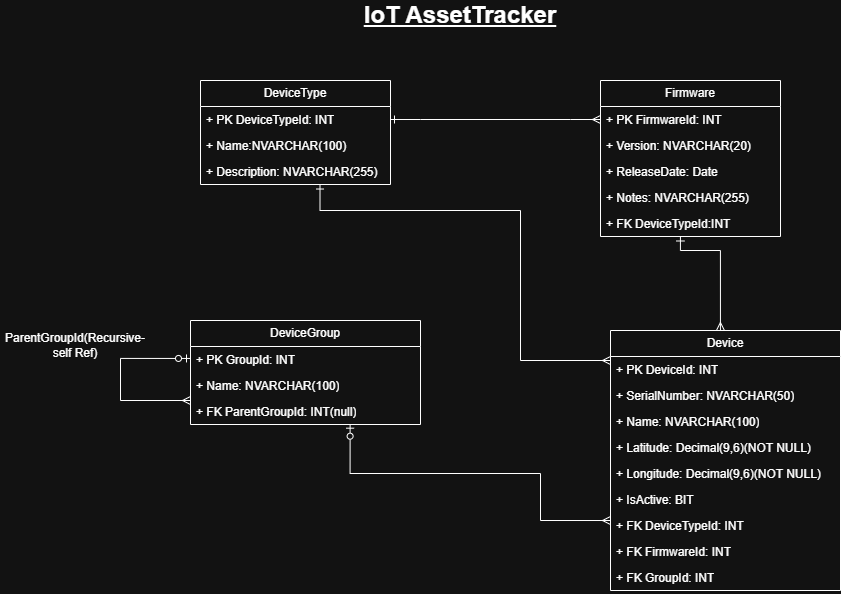
This is database/IoTAssetTrack_DigiMatter.png from AustinAManyoka/DigiMatterIoTAssetTrack-Monitoring, a draw.io export, as it was before one commit. Source tidied: cells renumbered, new cells last; positions are measured from the earlier drawing's top-left corner, leaving out a move shared by most shapes.
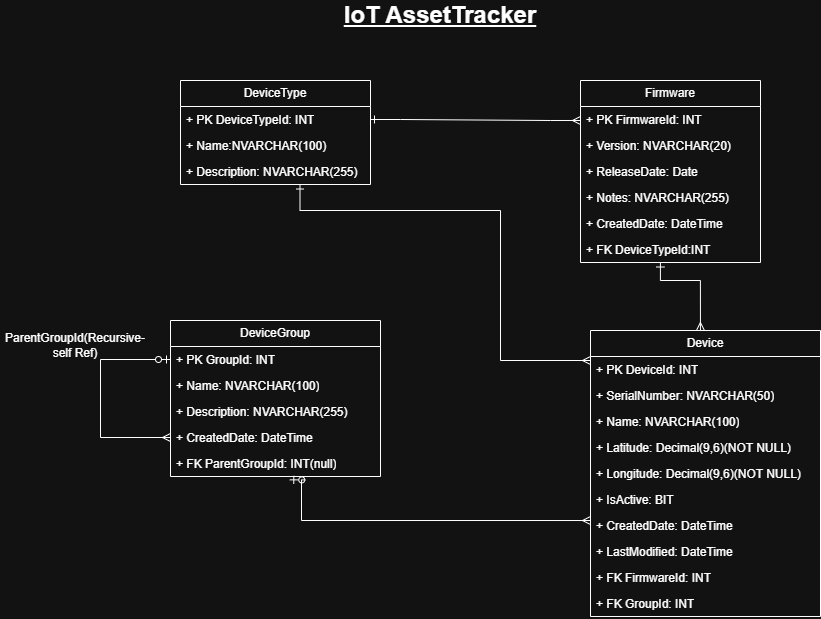
Later version of the same file.

Commit message:
added database script and data,schema updated

Change to the diagram source:
```diff
@@ -18,7 +18,7 @@
       <mxGeometry y="78" width="190" height="26" as="geometry" />
     </mxCell>
     <mxCell id="7" value="Firmware" style="swimlane;fontStyle=0;horizontal=1;startSize=26;fillColor=none;whiteSpace=wrap;html=1;" parent="1" vertex="1">
-      <mxGeometry x="600" y="80" width="180" height="156" as="geometry" />
+      <mxGeometry x="600" y="80" width="180" height="182" as="geometry" />
     </mxCell>
     <mxCell id="8" value="+ PK FirmwareId: INT" style="text;strokeColor=none;fillColor=none;align=left;verticalAlign=top;spacingLeft=4;spacingRight=4;overflow=hidden;points=[[0,0.5],[1,0.5]];portConstraint=eastwest;whiteSpace=wrap;html=1;" parent="7" vertex="1">
       <mxGeometry y="26" width="180" height="26" as="geometry" />
@@ -32,11 +32,14 @@
     <mxCell id="11" value="+ Notes: NVARCHAR(255)" style="text;strokeColor=none;fillColor=none;align=left;verticalAlign=top;spacingLeft=4;spacingRight=4;overflow=hidden;whiteSpace=wrap;html=1;" parent="7" vertex="1">
       <mxGeometry y="104" width="180" height="26" as="geometry" />
     </mxCell>
+    <mxCell id="33" value="+ CreatedDate: DateTime" style="text;strokeColor=none;fillColor=none;align=left;verticalAlign=top;spacingLeft=4;spacingRight=4;overflow=hidden;whiteSpace=wrap;html=1;" parent="7" vertex="1">
+      <mxGeometry y="130" width="180" height="26" as="geometry" />
+    </mxCell>
     <mxCell id="12" value="+ FK DeviceTypeId:INT&amp;nbsp;" style="text;strokeColor=none;fillColor=none;align=left;verticalAlign=top;spacingLeft=4;spacingRight=4;overflow=hidden;points=[[0,0.5],[1,0.5]];portConstraint=eastwest;whiteSpace=wrap;html=1;" parent="7" vertex="1">
-      <mxGeometry y="130" width="180" height="26" as="geometry" />
+      <mxGeometry y="156" width="180" height="26" as="geometry" />
     </mxCell>
     <mxCell id="13" value="Device" style="swimlane;fontStyle=0;horizontal=1;startSize=26;fillColor=none;whiteSpace=wrap;html=1;" parent="1" vertex="1">
-      <mxGeometry x="610" y="330" width="230" height="260" as="geometry" />
+      <mxGeometry x="610" y="330" width="230" height="286" as="geometry" />
     </mxCell>
     <mxCell id="14" value="+ PK DeviceId: INT" style="text;strokeColor=none;fillColor=none;align=left;verticalAlign=top;spacingLeft=4;spacingRight=4;overflow=hidden;points=[[0,0.5],[1,0.5]];portConstraint=eastwest;whiteSpace=wrap;html=1;" parent="13" vertex="1">
       <mxGeometry y="26" width="230" height="26" as="geometry" />
@@ -56,35 +59,44 @@
     <mxCell id="19" value="+ IsActive: BIT" style="text;strokeColor=none;fillColor=none;align=left;verticalAlign=top;spacingLeft=4;spacingRight=4;overflow=hidden;whiteSpace=wrap;html=1;" parent="13" vertex="1">
       <mxGeometry y="156" width="230" height="26" as="geometry" />
     </mxCell>
-    <mxCell id="20" value="+ FK DeviceTypeId: INT" style="text;strokeColor=none;fillColor=none;align=left;verticalAlign=top;spacingLeft=4;spacingRight=4;overflow=hidden;points=[[0,0.5],[1,0.5]];portConstraint=eastwest;whiteSpace=wrap;html=1;" parent="13" vertex="1">
+    <mxCell id="20" value="+ CreatedDate: DateTime" style="text;strokeColor=none;fillColor=none;align=left;verticalAlign=top;spacingLeft=4;spacingRight=4;overflow=hidden;points=[[0,0.5],[1,0.5]];portConstraint=eastwest;whiteSpace=wrap;html=1;" parent="13" vertex="1">
       <mxGeometry y="182" width="230" height="26" as="geometry" />
     </mxCell>
+    <mxCell id="34" value="+ LastModified: DateTime" style="text;strokeColor=none;fillColor=none;align=left;verticalAlign=top;spacingLeft=4;spacingRight=4;overflow=hidden;whiteSpace=wrap;html=1;" parent="13" vertex="1">
+      <mxGeometry y="208" width="230" height="26" as="geometry" />
+    </mxCell>
     <mxCell id="21" value="+ FK FirmwareId: INT" style="text;strokeColor=none;fillColor=none;align=left;verticalAlign=top;spacingLeft=4;spacingRight=4;overflow=hidden;whiteSpace=wrap;html=1;" parent="13" vertex="1">
-      <mxGeometry y="208" width="230" height="26" as="geometry" />
+      <mxGeometry y="234" width="230" height="26" as="geometry" />
     </mxCell>
     <mxCell id="22" value="+ FK GroupId: INT" style="text;strokeColor=none;fillColor=none;align=left;verticalAlign=top;spacingLeft=4;spacingRight=4;overflow=hidden;whiteSpace=wrap;html=1;" parent="13" vertex="1">
-      <mxGeometry y="234" width="230" height="26" as="geometry" />
+      <mxGeometry y="260" width="230" height="26" as="geometry" />
     </mxCell>
     <mxCell id="23" value="DeviceGroup" style="swimlane;fontStyle=0;horizontal=1;startSize=26;fillColor=none;whiteSpace=wrap;html=1;" parent="1" vertex="1">
-      <mxGeometry x="190" y="320" width="230" height="104" as="geometry" />
+      <mxGeometry x="190" y="320" width="210" height="156" as="geometry" />
     </mxCell>
     <mxCell id="24" value="+ PK GroupId: INT" style="text;strokeColor=none;fillColor=none;align=left;verticalAlign=top;spacingLeft=4;spacingRight=4;overflow=hidden;whiteSpace=wrap;html=1;" parent="23" vertex="1">
-      <mxGeometry y="26" width="230" height="26" as="geometry" />
+      <mxGeometry y="26" width="210" height="26" as="geometry" />
     </mxCell>
     <mxCell id="25" value="+ Name: NVARCHAR(100)" style="text;strokeColor=none;fillColor=none;align=left;verticalAlign=top;spacingLeft=4;spacingRight=4;overflow=hidden;whiteSpace=wrap;html=1;" parent="23" vertex="1">
-      <mxGeometry y="52" width="230" height="26" as="geometry" />
+      <mxGeometry y="52" width="210" height="26" as="geometry" />
     </mxCell>
+    <mxCell id="35" value="+ Description: NVARCHAR(255)" style="text;strokeColor=none;fillColor=none;align=left;verticalAlign=top;spacingLeft=4;spacingRight=4;overflow=hidden;whiteSpace=wrap;html=1;" parent="23" vertex="1">
+      <mxGeometry y="78" width="210" height="26" as="geometry" />
+    </mxCell>
+    <mxCell id="36" value="+ CreatedDate: DateTime" style="text;strokeColor=none;fillColor=none;align=left;verticalAlign=top;spacingLeft=4;spacingRight=4;overflow=hidden;whiteSpace=wrap;html=1;" parent="23" vertex="1">
+      <mxGeometry y="104" width="210" height="26" as="geometry" />
+    </mxCell>
     <mxCell id="26" value="+ FK ParentGroupId: INT(null)" style="text;strokeColor=none;fillColor=none;align=left;verticalAlign=top;spacingLeft=4;spacingRight=4;overflow=hidden;points=[[0,0.5],[1,0.5]];portConstraint=eastwest;whiteSpace=wrap;html=1;" parent="23" vertex="1">
-      <mxGeometry y="78" width="230" height="26" as="geometry" />
+      <mxGeometry y="130" width="210" height="26" as="geometry" />
     </mxCell>
-    <mxCell id="27" style="edgeStyle=entityRelationEdgeStyle;fontSize=12;html=1;endArrow=ERmany;rounded=0;entryX=0;entryY=0.25;entryDx=0;entryDy=0;exitX=1;exitY=0.5;exitDx=0;exitDy=0;endFill=0;startArrow=ERone;startFill=0;" parent="1" edge="1" source="4" target="7">
+    <mxCell id="27" style="edgeStyle=entityRelationEdgeStyle;fontSize=12;html=1;endArrow=ERmany;rounded=0;entryX=0;entryY=0.538;entryDx=0;entryDy=0;exitX=1;exitY=0.5;exitDx=0;exitDy=0;endFill=0;startArrow=ERone;startFill=0;entryPerimeter=0;" parent="1" edge="1" source="4" target="8">
       <mxGeometry relative="1" as="geometry" />
     </mxCell>
     <mxCell id="28" style="edgeStyle=orthogonalEdgeStyle;fontSize=12;html=1;endArrow=ERmany;rounded=0;endFill=0;startArrow=ERone;startFill=0;entryX=0.478;entryY=0;entryDx=0;entryDy=0;entryPerimeter=0;exitX=0.444;exitY=1.019;exitDx=0;exitDy=0;exitPerimeter=0;" parent="1" edge="1" source="12" target="13">
       <mxGeometry relative="1" as="geometry">
         <Array as="points">
-          <mxPoint x="680" y="250" />
-          <mxPoint x="720" y="250" />
+          <mxPoint x="680" y="280" />
+          <mxPoint x="720" y="280" />
         </Array>
       </mxGeometry>
     </mxCell>
@@ -97,26 +109,23 @@
         </Array>
       </mxGeometry>
     </mxCell>
-    <mxCell id="30" style="edgeStyle=orthogonalEdgeStyle;fontSize=12;html=1;endArrow=ERmany;rounded=0;endFill=0;startArrow=ERzeroToOne;startFill=0;entryX=0;entryY=0.308;entryDx=0;entryDy=0;entryPerimeter=0;exitX=0.694;exitY=0.988;exitDx=0;exitDy=0;exitPerimeter=0;" parent="1" edge="1" source="26" target="20">
+    <mxCell id="30" style="edgeStyle=orthogonalEdgeStyle;fontSize=12;html=1;endArrow=ERmany;rounded=0;endFill=0;startArrow=ERzeroToOne;startFill=0;entryX=0;entryY=0.308;entryDx=0;entryDy=0;entryPerimeter=0;exitX=0.568;exitY=1.129;exitDx=0;exitDy=0;exitPerimeter=0;" parent="1" edge="1" source="26" target="20">
       <mxGeometry relative="1" as="geometry">
         <Array as="points">
-          <mxPoint x="350" y="473" />
-          <mxPoint x="540" y="473" />
-          <mxPoint x="540" y="520" />
+          <mxPoint x="321" y="520" />
         </Array>
       </mxGeometry>
     </mxCell>
-    <mxCell id="31" style="edgeStyle=orthogonalEdgeStyle;fontSize=12;html=1;endArrow=ERmany;rounded=0;endFill=0;startArrow=ERzeroToOne;startFill=0;exitX=0;exitY=0.538;exitDx=0;exitDy=0;exitPerimeter=0;entryX=0;entryY=0.077;entryDx=0;entryDy=0;entryPerimeter=0;" parent="1" edge="1" target="26">
+    <mxCell id="31" style="edgeStyle=orthogonalEdgeStyle;fontSize=12;html=1;endArrow=ERmany;rounded=0;endFill=0;startArrow=ERzeroToOne;startFill=0;exitX=0;exitY=0.25;exitDx=0;exitDy=0;entryX=0;entryY=0.75;entryDx=0;entryDy=0;innerLoopWaypoints=1;" parent="1" edge="1" source="23" target="23">
       <mxGeometry relative="1" as="geometry">
-        <mxPoint x="190" y="357.9" as="sourcePoint" />
         <Array as="points">
-          <mxPoint x="120" y="358" />
-          <mxPoint x="120" y="400" />
+          <mxPoint x="120" y="359" />
+          <mxPoint x="120" y="437" />
         </Array>
       </mxGeometry>
     </mxCell>
     <mxCell id="32" value="ParentGroupId(Recursive-self Ref)" style="text;html=1;whiteSpace=wrap;strokeColor=none;fillColor=none;align=center;verticalAlign=middle;rounded=0;" parent="1" vertex="1">
-      <mxGeometry y="330" width="150" height="30" as="geometry" />
+      <mxGeometry x="20" y="330" width="150" height="30" as="geometry" />
     </mxCell>
   </root>
 </mxGraphModel>
```
